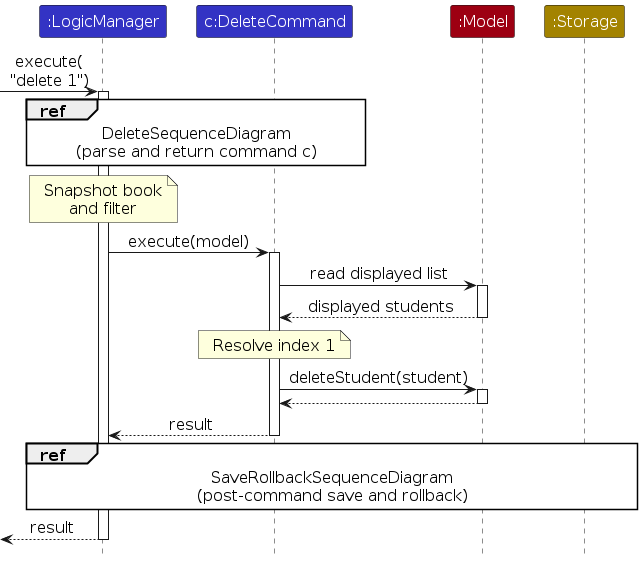
This is diagrams/DeleteExecutionSequence.png from AY2627S1-CS2103T-T16-1/tp, a PlantUML export, as it was before one commit. Its source is kept beside it as diagrams/DeleteExecutionSequence.puml.
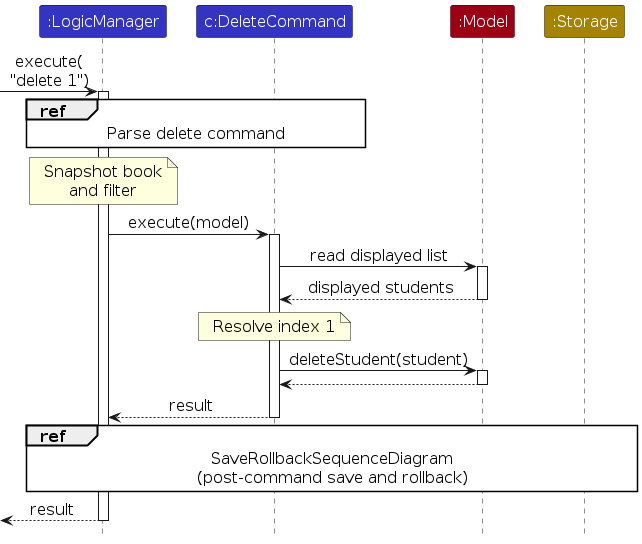
After the change.

What changed in the source:
```diff
@@ -12,8 +12,7 @@
 [-> logic : execute(\n"delete 1")
 activate logic
 ref over logic, command
-  DeleteSequenceDiagram
-  (parse and return command c)
+  Parse delete command
 end ref
 note over logic : Snapshot book\nand filter
 logic -> command : execute(model)
```
